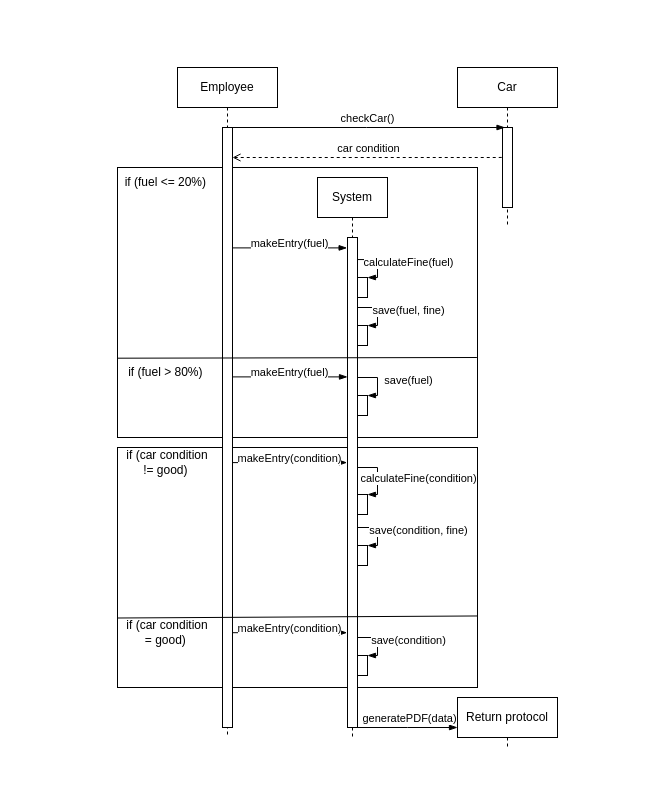
Lenni528/UMLions keeps this draw.io diagram as diagrams/B3/B3_CarCheck.drawio. Above is the earlier version. Source tidied: cells renumbered, new cells numbered last; positions are measured from the earlier drawing's top-left corner, leaving out a move shared by most shapes. Both pictures are drawn from the tidied source at 100%, with x=0, y=0 at pixel (117, 67).
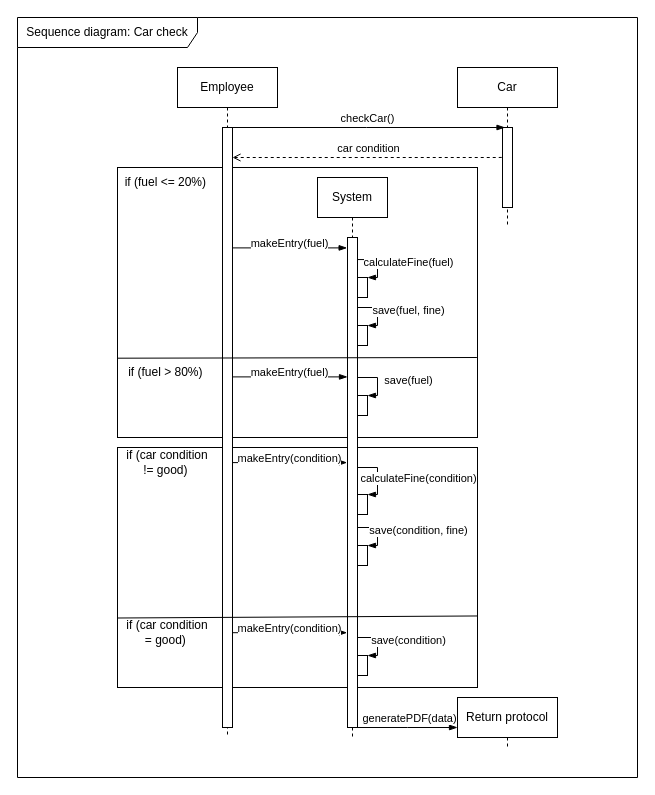
The same page after the edit.

Diff of the diagram source:
```diff
@@
+    <mxCell id="49" value="Sequence diagram: Car check" style="shape=umlFrame;whiteSpace=wrap;html=1;width=180;height=30;" parent="1" vertex="1">
+      <mxGeometry x="-100" y="-50" width="620" height="760" as="geometry" />
+    </mxCell>
```
